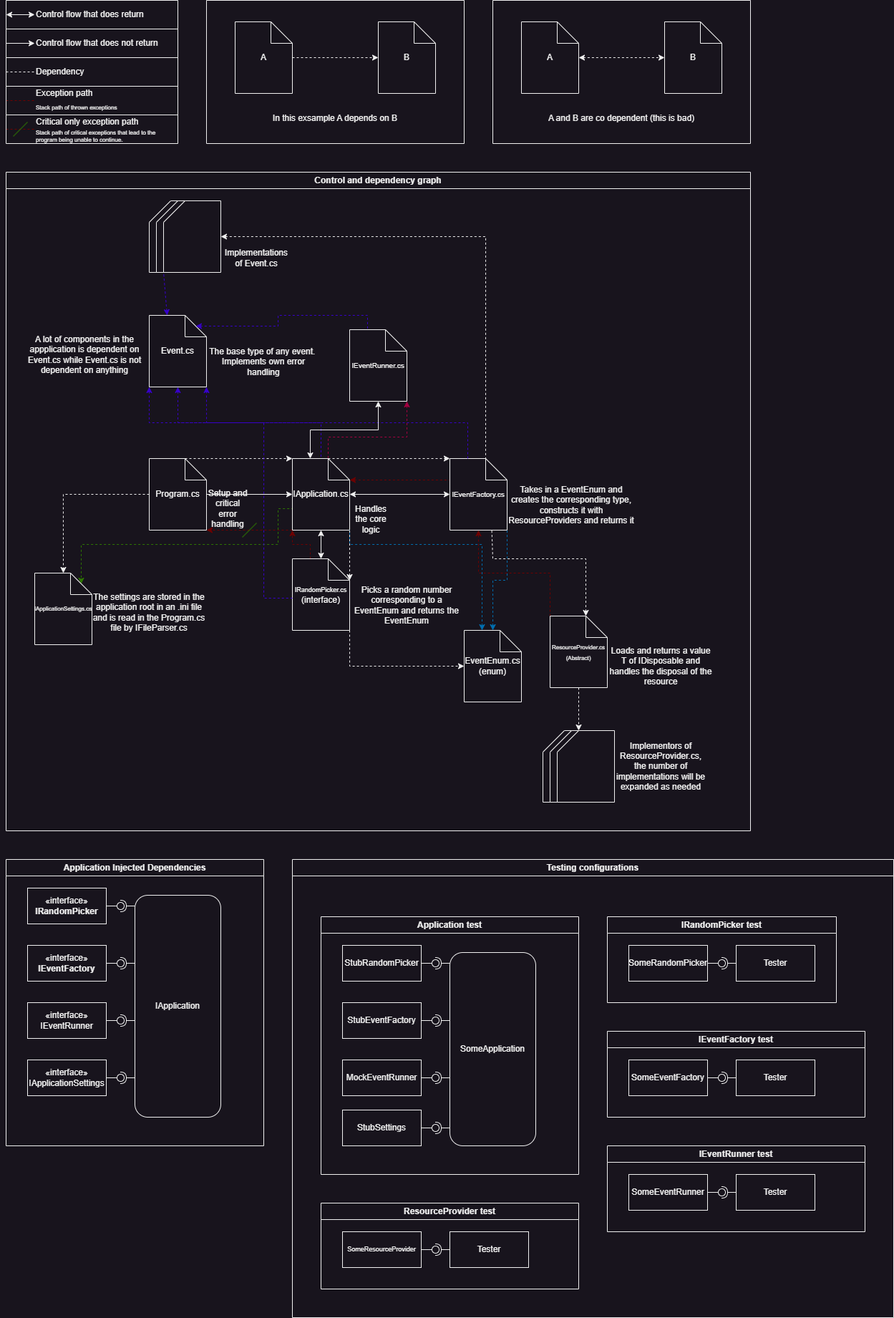
Earlier version of the draw.io export Images/ArchitectureRedesignPlan.drawio.png (SakuraKade/DoingALittleTrolling). Source tidied: cells renumbered, new cells last; positions are measured from the earlier drawing's top-left corner, leaving out a move shared by most shapes.
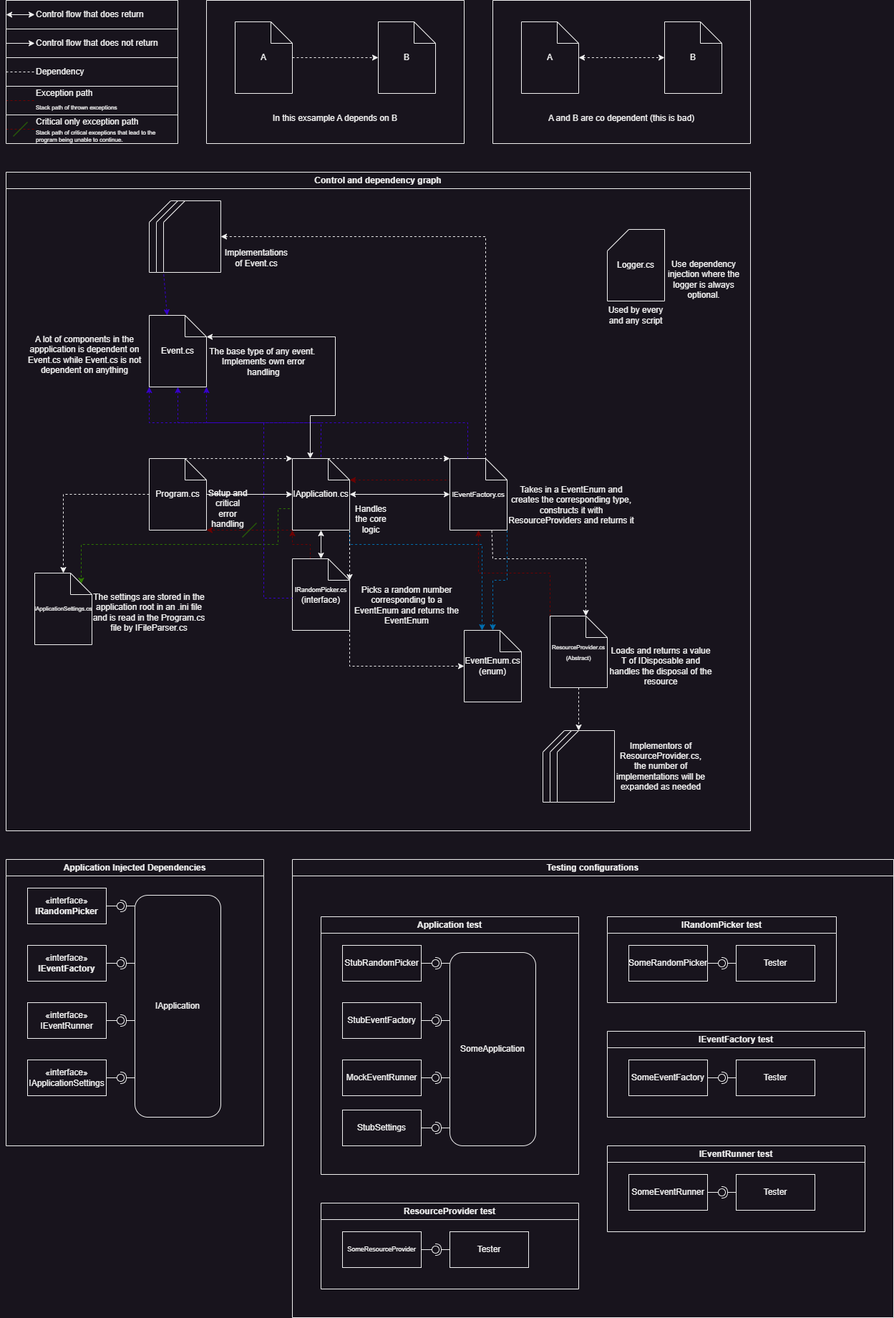
After the change.

Diff of the diagram source:
```diff
@@ -282,23 +282,15 @@
     <mxCell id="74" style="edgeStyle=orthogonalEdgeStyle;rounded=0;jettySize=auto;html=1;exitX=0;exitY=1;exitDx=0;exitDy=0;entryX=0;entryY=0.5;entryDx=0;entryDy=0;entryPerimeter=0;dashed=1;" parent="30" edge="1" source="41" target="73">
       <mxGeometry relative="1" as="geometry" />
     </mxCell>
-    <mxCell id="75" style="edgeStyle=orthogonalEdgeStyle;rounded=0;jettySize=auto;html=1;exitX=1;exitY=1;exitDx=0;exitDy=0;exitPerimeter=0;entryX=0;entryY=0;entryDx=50;entryDy=0;entryPerimeter=0;dashed=1;startArrow=classic;startFill=1;endArrow=none;endFill=0;fillColor=#d80073;strokeColor=#A50040;" parent="30" edge="1" source="76" target="35">
-      <mxGeometry relative="1" as="geometry">
-        <Array as="points">
-          <mxPoint x="560" y="370" />
-          <mxPoint x="450" y="370" />
-        </Array>
-      </mxGeometry>
-    </mxCell>
-    <mxCell id="76" value="&lt;font style=&quot;font-size: 10px;&quot;&gt;IEventRunner.cs&lt;/font&gt;" style="shape=note;whiteSpace=wrap;html=1;backgroundOutline=1;darkOpacity=0.05;" parent="30" vertex="1">
-      <mxGeometry x="480" y="220" width="80" height="100" as="geometry" />
-    </mxCell>
-    <mxCell id="77" style="edgeStyle=orthogonalEdgeStyle;rounded=0;jettySize=auto;html=1;exitX=0;exitY=0;exitDx=25;exitDy=0;exitPerimeter=0;entryX=0.5;entryY=1;entryDx=0;entryDy=0;entryPerimeter=0;startArrow=classic;startFill=1;" parent="30" edge="1" source="35" target="76">
-      <mxGeometry relative="1" as="geometry" />
+    <mxCell id="77" style="edgeStyle=orthogonalEdgeStyle;rounded=0;jettySize=auto;html=1;exitX=0;exitY=0;exitDx=25;exitDy=0;exitPerimeter=0;entryX=0;entryY=0;entryDx=80;entryDy=30;entryPerimeter=0;startArrow=classic;startFill=1;" parent="30" edge="1" source="35" target="62">
+      <mxGeometry relative="1" as="geometry">
+        <Array as="points">
+          <mxPoint x="425" y="340" />
+          <mxPoint x="460" y="340" />
+          <mxPoint x="460" y="230" />
+        </Array>
+      </mxGeometry>
     </mxCell>
-    <mxCell id="78" style="edgeStyle=orthogonalEdgeStyle;rounded=0;jettySize=auto;html=1;exitX=0;exitY=0;exitDx=65;exitDy=15;exitPerimeter=0;entryX=0;entryY=0;entryDx=25;entryDy=0;entryPerimeter=0;fillColor=#6a00ff;strokeColor=#3700CC;endArrow=none;endFill=0;startArrow=classic;startFill=1;dashed=1;" parent="30" edge="1" source="62" target="76">
-      <mxGeometry relative="1" as="geometry" />
-    </mxCell>
     <mxCell id="79" value="A lot of components in the appplication is dependent on Event.cs while Event.cs is not dependent on anything" style="text;html=1;strokeColor=none;fillColor=none;align=center;verticalAlign=middle;whiteSpace=wrap;rounded=0;" parent="30" vertex="1">
       <mxGeometry x="20" y="200" width="180" height="110" as="geometry" />
     </mxCell>
@@ -308,6 +300,15 @@
     <mxCell id="81" value="The settings are stored in the application root in an .ini file and is read in the Program.cs file by IFileParser.cs" style="text;html=1;strokeColor=none;fillColor=none;align=center;verticalAlign=middle;whiteSpace=wrap;rounded=0;" parent="30" vertex="1">
       <mxGeometry x="120" y="570" width="160" height="90" as="geometry" />
     </mxCell>
+    <mxCell id="143" value="Logger.cs" style="shape=card;whiteSpace=wrap;html=1;" parent="30" vertex="1">
+      <mxGeometry x="840" y="80" width="80" height="100" as="geometry" />
+    </mxCell>
+    <mxCell id="144" value="Use dependency injection where the logger is always optional." style="text;html=1;strokeColor=none;fillColor=none;align=center;verticalAlign=middle;whiteSpace=wrap;rounded=0;" parent="30" vertex="1">
+      <mxGeometry x="920" y="120" width="110" height="60" as="geometry" />
+    </mxCell>
+    <mxCell id="145" value="Used by every and any script" style="text;html=1;strokeColor=none;fillColor=none;align=center;verticalAlign=middle;whiteSpace=wrap;rounded=0;" parent="30" vertex="1">
+      <mxGeometry x="840" y="180" width="80" height="40" as="geometry" />
+    </mxCell>
     <mxCell id="82" value="Application Injected Dependencies" style="swimlane;whiteSpace=wrap;html=1;" parent="1" vertex="1">
       <mxGeometry y="1200" width="360" height="400" as="geometry" />
     </mxCell>
```
